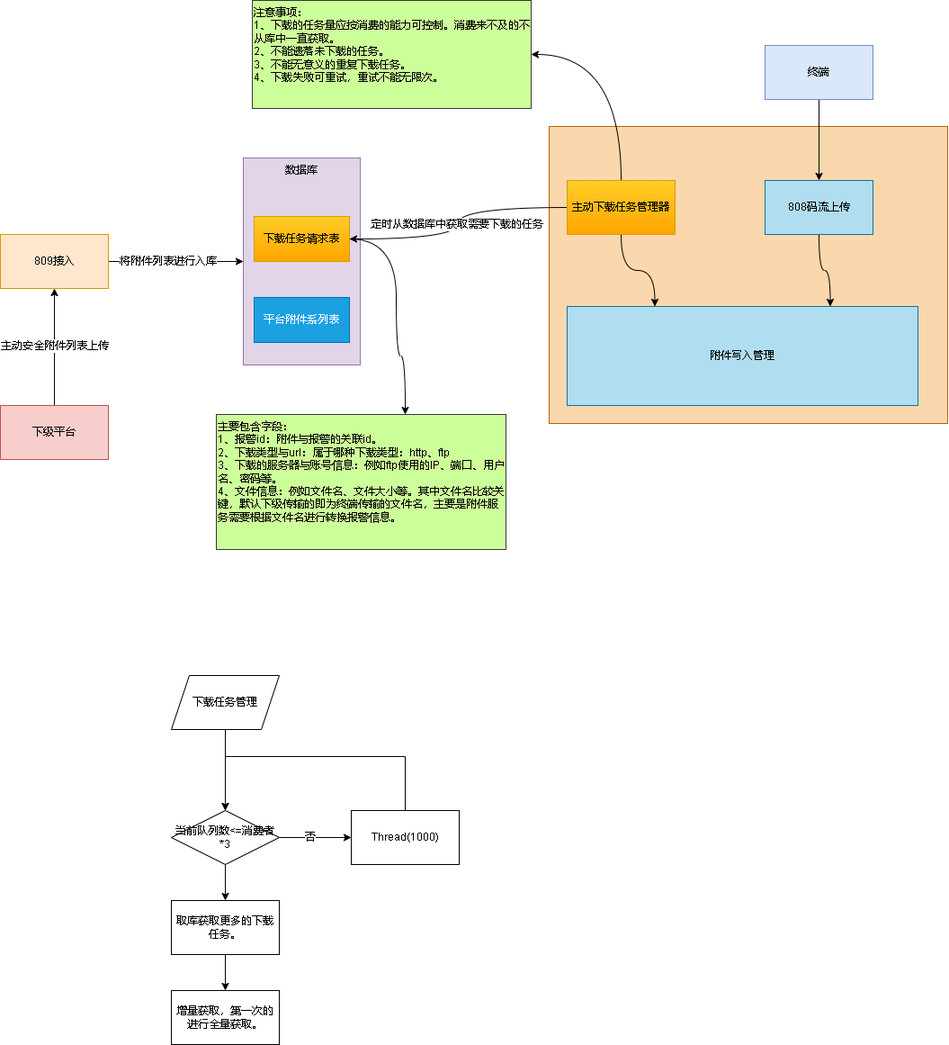
This is 809上传附件列表支持下载.drawio.png from xktder/draw, a draw.io export, as it was before one commit. Source tidied: cells renumbered, new cells last; positions are measured from the earlier drawing's top-left corner, leaving out a move shared by most shapes.
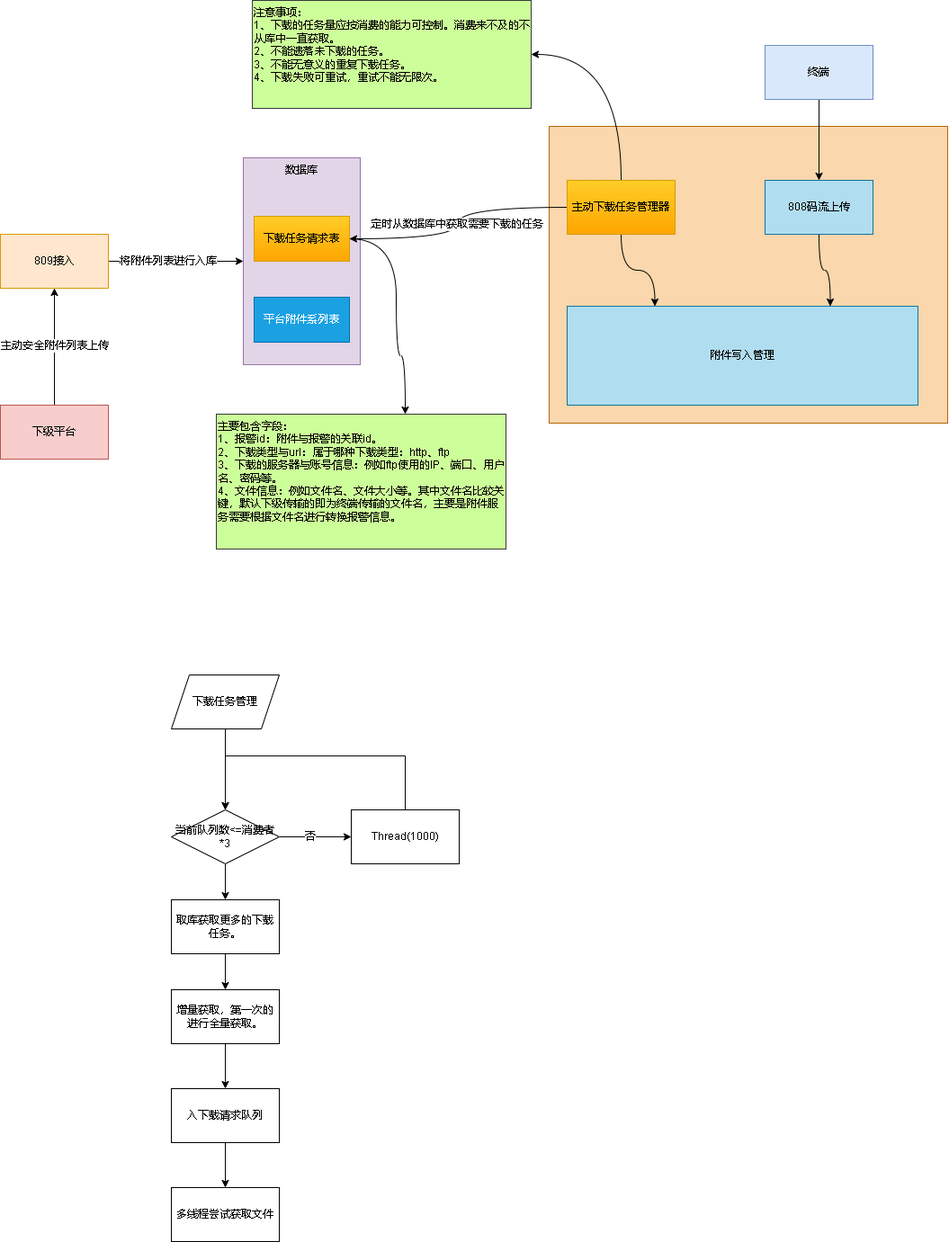
The same file after the commit.

Commit message:
更新809上传附件列表支持下载.drawio.png

Change to the diagram source:
```diff
@@ -118,8 +118,20 @@
     <mxCell id="34" value="取库获取更多的下载任务。" style="whiteSpace=wrap;html=1;" parent="1" vertex="1">
       <mxGeometry x="190" y="1000" width="120" height="60" as="geometry" />
     </mxCell>
+    <mxCell id="36" style="edgeStyle=orthogonalEdgeStyle;rounded=0;jettySize=auto;html=1;" parent="1" edge="1" source="35" target="38">
+      <mxGeometry relative="1" as="geometry" />
+    </mxCell>
     <mxCell id="35" value="增量获取，第一次的进行全量获取。" style="whiteSpace=wrap;html=1;" parent="1" vertex="1">
       <mxGeometry x="190" y="1100" width="120" height="60" as="geometry" />
     </mxCell>
+    <mxCell id="37" style="edgeStyle=orthogonalEdgeStyle;rounded=0;jettySize=auto;html=1;" parent="1" edge="1" source="38" target="39">
+      <mxGeometry relative="1" as="geometry" />
+    </mxCell>
+    <mxCell id="38" value="入下载请求队列" style="whiteSpace=wrap;html=1;" parent="1" vertex="1">
+      <mxGeometry x="190" y="1210" width="120" height="60" as="geometry" />
+    </mxCell>
+    <mxCell id="39" value="多线程尝试获取文件" style="whiteSpace=wrap;html=1;" parent="1" vertex="1">
+      <mxGeometry x="190" y="1320" width="120" height="60" as="geometry" />
+    </mxCell>
   </root>
 </mxGraphModel>
```
